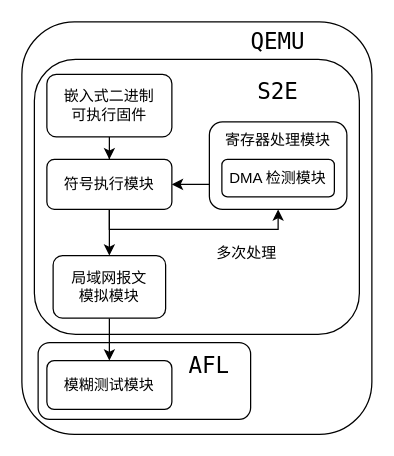
Above: page "系统结构" (1 of 7) of DrawIO/BSThesis.drawio in dingiso/TEST_For_Everything (draw.io), before the change. Source tidied: cells renumbered, new cells numbered last; positions are measured from the earlier drawing's top-left corner, leaving out a move shared by most shapes. Both pictures are drawn from the tidied source at 125%, with x=0, y=0 at pixel (21, 21).
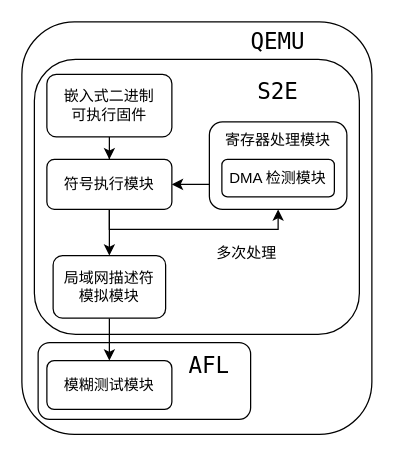
The same diagram, later.

Diff of the diagram source:
```diff
@@
-    <mxCell id="13" value="&lt;div&gt;局域网报文&lt;/div&gt;&lt;div&gt;模拟模块&lt;/div&gt;" style="rounded=1;whiteSpace=wrap;html=1;fontFamily=Lucida Console;" parent="1" vertex="1">
+    <mxCell id="13" value="&lt;div&gt;局域网描述符&lt;/div&gt;&lt;div&gt;模拟模块&lt;/div&gt;" style="rounded=1;whiteSpace=wrap;html=1;fontFamily=Lucida Console;" parent="1" vertex="1">
       <mxGeometry x="25" y="187" width="90" height="50" as="geometry" />
     </mxCell>
```
